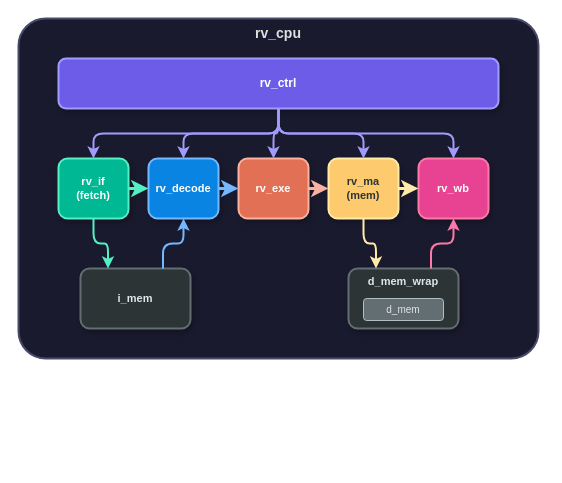
Above: docs/components/rv_cpu/rv_cpu.drawio in kereng1/FROG (draw.io), before the change. Source tidied: cells renumbered, new cells numbered last; positions are measured from the earlier drawing's top-left corner, leaving out a move shared by most shapes. Both pictures are drawn from the tidied source at 100%, with x=0, y=0 at pixel (18, 18).
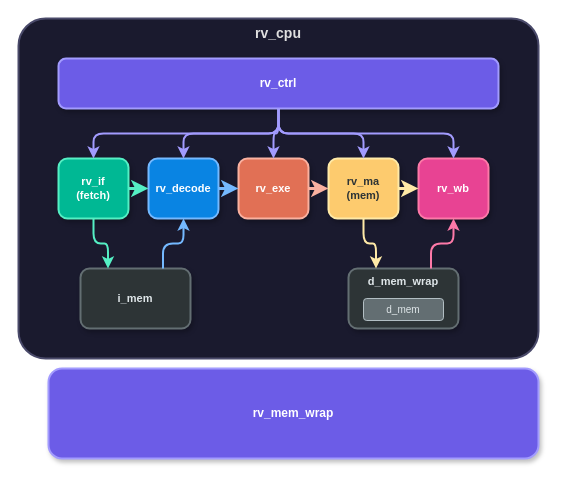
After the change.

What changed in the source:
```diff
@@
+    <mxCell id="25" value="rv_mem_wrap&lt;br&gt;" style="rounded=1;whiteSpace=wrap;html=1;verticalAlign=middle;fontStyle=1;fontSize=12;fillColor=#6c5ce7;strokeColor=#a29bfe;strokeWidth=2;fontColor=#ffffff;shadow=1;" parent="1" vertex="1">
+      <mxGeometry x="30" y="350" width="490" height="90" as="geometry" />
+    </mxCell>
```
